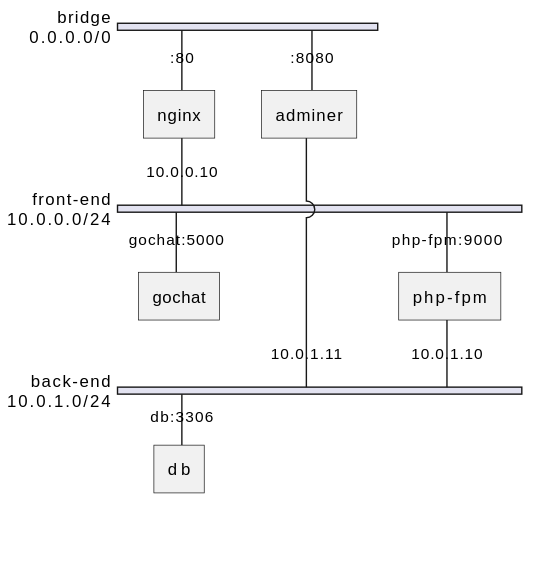
This is diagrams/network/network.svg from paperlefthand/multi-hole-cheese, a PlantUML export, as it was before one commit.
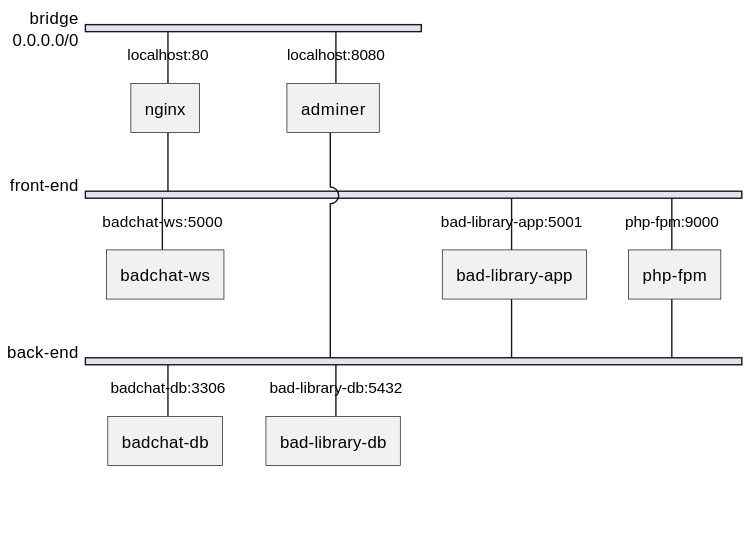
After the commit.

Change to the diagram source:
```diff
@@ -3,20 +3,23 @@
 nwdiag {
     network bridge {
         address = "0.0.0.0/0";
-        nginx [address = ":80"];
-        adminer [address = ":8080"];
+        nginx [address = "localhost:80"];
+        adminer [address = "localhost:8080"];
     }
     network front-end {
-        address = "10.0.0.0/24";
-        nginx [address = "10.0.0.10"];
-        gochat [address = "gochat:5000"];
+        address = "";
+        nginx [address = ""];
+        badchat-ws [address = "badchat-ws:5000"];
+        bad-library-app [address = "bad-library-app:5001"];
         php-fpm [address = "php-fpm:9000"];
     }
     network back-end {
-        address = "10.0.1.0/24";
-        php-fpm [address = "10.0.1.10"];
-        adminer [address = "10.0.1.11"];
-        db [address = "db:3306"];
+        address = "";
+        php-fpm [address = ""];
+        adminer [address = ""];
+        bad-library-app [address = ""];
+        badchat-db [address = "badchat-db:3306"];
+        bad-library-db [address = "bad-library-db:5432"];
     }
 }
 
```
